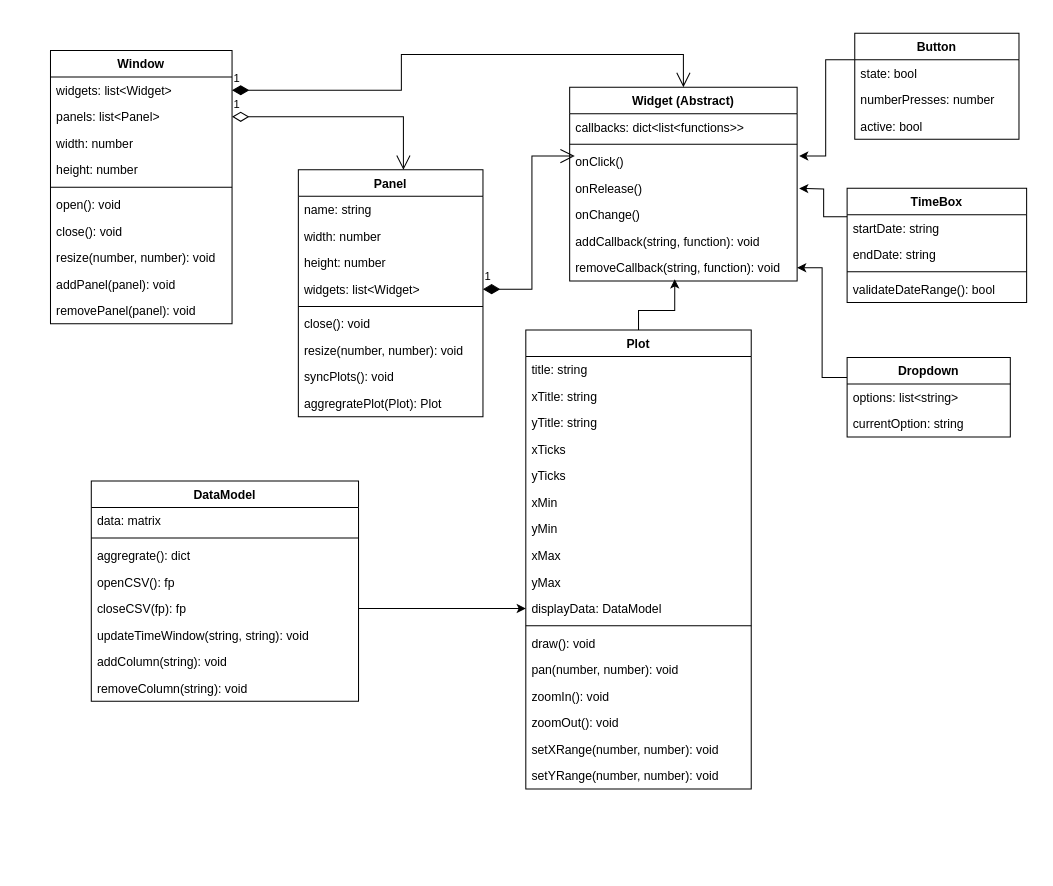
This is page "Page-1" (1 of 2) of ClassModel.drawio from LukiePookie1/data-visualization-application, a draw.io file, before an edit. Source tidied: cells renumbered, new cells numbered last; positions are measured from the earlier drawing's top-left corner, leaving out a move shared by most shapes. Both pictures are drawn from the tidied source at 102%, with x=0, y=0 at pixel (50, 33).
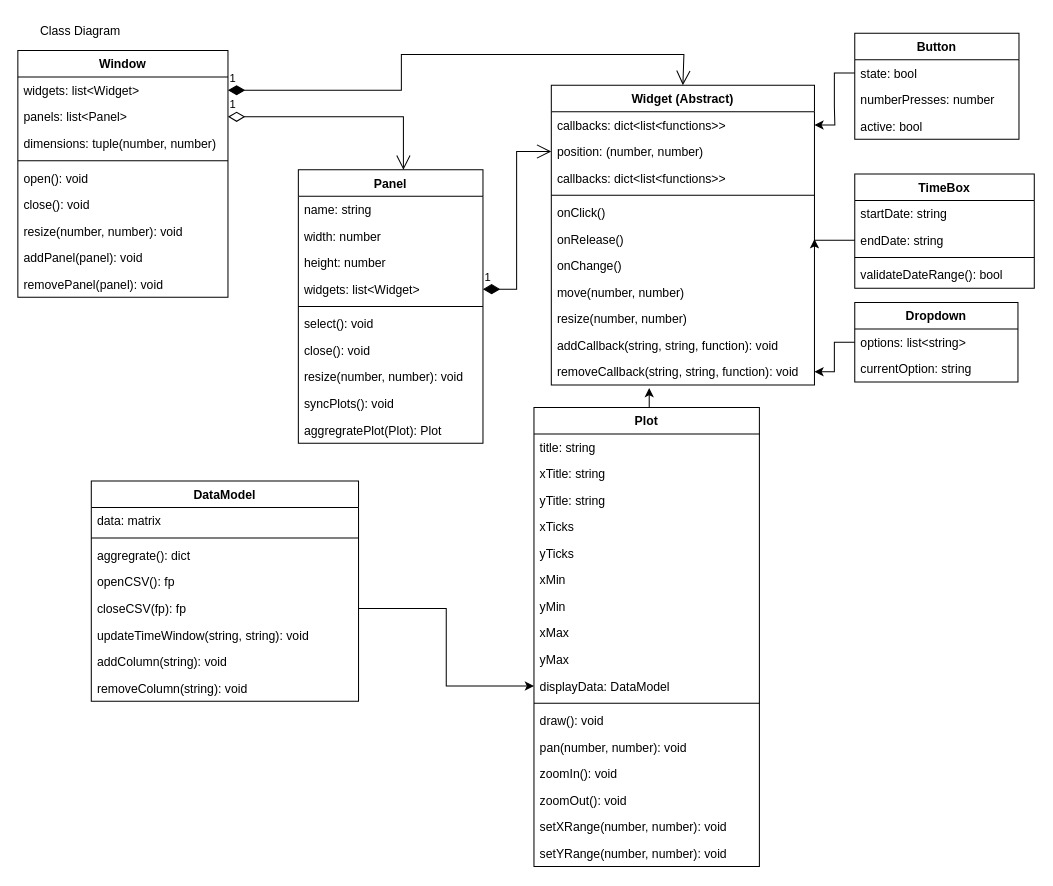
After the change.

The change refers to these unchanged cells:
```xml
<mxCell id="17" value="widgets: list&lt;Widget&gt;" style="text;strokeColor=none;fillColor=none;align=left;verticalAlign=top;spacingLeft=4;spacingRight=4;overflow=hidden;points=[[0,0.5],[1,0.5]];portConstraint=eastwest;" parent="13" vertex="1">
  <mxGeometry y="104" width="181" height="26" as="geometry" />
</mxCell>
<mxCell id="52" value="Button" style="swimlane;fontStyle=1;horizontal=1;startSize=26;fillColor=none;" parent="1" vertex="1">
  <mxGeometry x="788.5" width="161" height="104" as="geometry" />
</mxCell>
<mxCell id="53" value="state: bool " style="text;strokeColor=none;fillColor=none;align=left;verticalAlign=top;spacingLeft=4;spacingRight=4;overflow=hidden;points=[[0,0.5],[1,0.5]];portConstraint=eastwest;" parent="52" vertex="1">
  <mxGeometry y="26" width="161" height="26" as="geometry" />
</mxCell>
<mxCell id="59" value="options: list&lt;string&gt;" style="text;strokeColor=none;fillColor=none;align=left;verticalAlign=top;spacingLeft=4;spacingRight=4;overflow=hidden;points=[[0,0.5],[1,0.5]];portConstraint=eastwest;" parent="58" vertex="1">
  <mxGeometry y="26" width="160" height="26" as="geometry" />
</mxCell>
<mxCell id="63" value="endDate: string" style="text;strokeColor=none;fillColor=none;align=left;verticalAlign=top;spacingLeft=4;spacingRight=4;overflow=hidden;points=[[0,0.5],[1,0.5]];portConstraint=eastwest;" parent="61" vertex="1">
  <mxGeometry y="52" width="176" height="26" as="geometry" />
</mxCell>
```

What changed in the source:
```diff
@@
     <mxCell id="2" value="Window" style="swimlane;fontStyle=1;align=center;verticalAlign=top;horizontal=1;startSize=26;" parent="1" vertex="1">
-      <mxGeometry y="17" width="178" height="268" as="geometry" />
+      <mxGeometry x="-32" y="17" width="206" height="242" as="geometry" />
     </mxCell>
     <mxCell id="3" value="widgets: list&lt;Widget&gt; " style="text;strokeColor=none;fillColor=none;align=left;verticalAlign=top;spacingLeft=4;spacingRight=4;overflow=hidden;points=[[0,0.5],[1,0.5]];portConstraint=eastwest;" parent="2" vertex="1">
-      <mxGeometry y="26" width="178" height="26" as="geometry" />
+      <mxGeometry y="26" width="206" height="26" as="geometry" />
     </mxCell>
     <mxCell id="4" value="panels: list&lt;Panel&gt;" style="text;strokeColor=none;fillColor=none;align=left;verticalAlign=top;spacingLeft=4;spacingRight=4;overflow=hidden;points=[[0,0.5],[1,0.5]];portConstraint=eastwest;" parent="2" vertex="1">
-      <mxGeometry y="52" width="178" height="26" as="geometry" />
+      <mxGeometry y="52" width="206" height="26" as="geometry" />
     </mxCell>
-    <mxCell id="5" value="width: number" style="text;strokeColor=none;fillColor=none;align=left;verticalAlign=top;spacingLeft=4;spacingRight=4;overflow=hidden;" parent="2" vertex="1">
-      <mxGeometry y="78" width="178" height="26" as="geometry" />
+    <mxCell id="5" value="dimensions: tuple(number, number)" style="text;strokeColor=none;fillColor=none;align=left;verticalAlign=top;spacingLeft=4;spacingRight=4;overflow=hidden;" parent="2" vertex="1">
+      <mxGeometry y="78" width="206" height="26" as="geometry" />
     </mxCell>
-    <mxCell id="6" value="height: number" style="text;strokeColor=none;fillColor=none;align=left;verticalAlign=top;spacingLeft=4;spacingRight=4;overflow=hidden;" parent="2" vertex="1">
-      <mxGeometry y="104" width="178" height="26" as="geometry" />
-    </mxCell>
     <mxCell id="7" style="line;strokeWidth=1;fillColor=none;align=left;verticalAlign=middle;spacingTop=-1;spacingLeft=3;spacingRight=3;labelPosition=right;strokeColor=inherit;" parent="2" vertex="1">
-      <mxGeometry y="130" width="178" height="8" as="geometry" />
+      <mxGeometry y="104" width="206" height="8" as="geometry" />
     </mxCell>
     <mxCell id="8" value="open(): void" style="text;strokeColor=none;fillColor=none;align=left;verticalAlign=top;spacingLeft=4;spacingRight=4;overflow=hidden;" parent="2" vertex="1">
-      <mxGeometry y="138" width="178" height="26" as="geometry" />
+      <mxGeometry y="112" width="206" height="26" as="geometry" />
     </mxCell>
     <mxCell id="9" value="close(): void" style="text;strokeColor=none;fillColor=none;align=left;verticalAlign=top;spacingLeft=4;spacingRight=4;overflow=hidden;" parent="2" vertex="1">
-      <mxGeometry y="164" width="178" height="26" as="geometry" />
+      <mxGeometry y="138" width="206" height="26" as="geometry" />
     </mxCell>
     <mxCell id="10" value="resize(number, number): void" style="text;strokeColor=none;fillColor=none;align=left;verticalAlign=top;spacingLeft=4;spacingRight=4;overflow=hidden;" parent="2" vertex="1">
-      <mxGeometry y="190" width="178" height="26" as="geometry" />
+      <mxGeometry y="164" width="206" height="26" as="geometry" />
     </mxCell>
     <mxCell id="11" value="addPanel(panel): void" style="text;strokeColor=none;fillColor=none;align=left;verticalAlign=top;spacingLeft=4;spacingRight=4;overflow=hidden;" parent="2" vertex="1">
-      <mxGeometry y="216" width="178" height="26" as="geometry" />
+      <mxGeometry y="190" width="206" height="26" as="geometry" />
     </mxCell>
     <mxCell id="12" value="removePanel(panel): void" style="text;strokeColor=none;fillColor=none;align=left;verticalAlign=top;spacingLeft=4;spacingRight=4;overflow=hidden;" parent="2" vertex="1">
-      <mxGeometry y="242" width="178" height="26" as="geometry" />
+      <mxGeometry y="216" width="206" height="26" as="geometry" />
     </mxCell>
     <mxCell id="13" value="Panel" style="swimlane;fontStyle=1;align=center;verticalAlign=top;horizontal=1;startSize=26;" parent="1" vertex="1">
-      <mxGeometry x="243" y="134" width="181" height="242" as="geometry" />
+      <mxGeometry x="243" y="134" width="181" height="268" as="geometry" />
     </mxCell>
@@
+    <mxCell id="78" value="select(): void" style="text;strokeColor=none;fillColor=none;align=left;verticalAlign=top;spacingLeft=4;spacingRight=4;overflow=hidden;" parent="13" vertex="1">
+      <mxGeometry y="138" width="181" height="26" as="geometry" />
+    </mxCell>
     <mxCell id="19" value="close(): void" style="text;strokeColor=none;fillColor=none;align=left;verticalAlign=top;spacingLeft=4;spacingRight=4;overflow=hidden;" parent="13" vertex="1">
-      <mxGeometry y="138" width="181" height="26" as="geometry" />
+      <mxGeometry y="164" width="181" height="26" as="geometry" />
     </mxCell>
     <mxCell id="20" value="resize(number, number): void" style="text;strokeColor=none;fillColor=none;align=left;verticalAlign=top;spacingLeft=4;spacingRight=4;overflow=hidden;" parent="13" vertex="1">
-      <mxGeometry y="164" width="181" height="26" as="geometry" />
+      <mxGeometry y="190" width="181" height="26" as="geometry" />
     </mxCell>
     <mxCell id="21" value="syncPlots(): void" style="text;strokeColor=none;fillColor=none;align=left;verticalAlign=top;spacingLeft=4;spacingRight=4;overflow=hidden;" parent="13" vertex="1">
-      <mxGeometry y="190" width="181" height="26" as="geometry" />
+      <mxGeometry y="216" width="181" height="26" as="geometry" />
     </mxCell>
     <mxCell id="22" value="aggregratePlot(Plot): Plot" style="text;strokeColor=none;fillColor=none;align=left;verticalAlign=top;spacingLeft=4;spacingRight=4;overflow=hidden;" parent="13" vertex="1">
-      <mxGeometry y="216" width="181" height="26" as="geometry" />
+      <mxGeometry y="242" width="181" height="26" as="geometry" />
     </mxCell>
+    <mxCell id="67" style="edgeStyle=orthogonalEdgeStyle;rounded=0;jettySize=auto;html=1;exitX=0.5;exitY=0;exitDx=0;exitDy=0;entryX=0.372;entryY=1.115;entryDx=0;entryDy=0;entryPerimeter=0;" parent="1" edge="1" source="23" target="75">
+      <mxGeometry relative="1" as="geometry" />
+    </mxCell>
     <mxCell id="23" value="Plot" style="swimlane;fontStyle=1;align=center;verticalAlign=top;horizontal=1;startSize=26;" parent="1" vertex="1">
-      <mxGeometry x="466" y="291" width="221" height="450" as="geometry" />
+      <mxGeometry x="474" y="367" width="221" height="450" as="geometry" />
     </mxCell>
@@
-    <mxCell id="51" style="edgeStyle=orthogonalEdgeStyle;rounded=0;jettySize=auto;html=1;exitX=0;exitY=0.25;exitDx=0;exitDy=0;entryX=1;entryY=0.5;entryDx=0;entryDy=0;" parent="1" edge="1" source="52">
-      <mxGeometry relative="1" as="geometry">
-        <mxPoint x="734" y="120.5" as="targetPoint" />
-        <Array as="points">
-          <mxPoint x="760" y="26" />
-          <mxPoint x="760" y="121" />
-        </Array>
-      </mxGeometry>
-    </mxCell>
@@
-    <mxCell id="56" style="edgeStyle=orthogonalEdgeStyle;rounded=0;jettySize=auto;html=1;exitX=0;exitY=0.25;exitDx=0;exitDy=0;entryX=1;entryY=0.75;entryDx=0;entryDy=0;" parent="1" edge="1" source="61">
-      <mxGeometry relative="1" as="geometry">
-        <mxPoint x="734" y="152.2" as="targetPoint" />
-      </mxGeometry>
-    </mxCell>
-    <mxCell id="57" style="edgeStyle=orthogonalEdgeStyle;rounded=0;jettySize=auto;html=1;exitX=0;exitY=0.25;exitDx=0;exitDy=0;entryX=1;entryY=0.5;entryDx=0;entryDy=0;" parent="1" edge="1" source="58" target="75">
-      <mxGeometry relative="1" as="geometry" />
-    </mxCell>
     <mxCell id="58" value="Dropdown" style="swimlane;fontStyle=1;align=center;verticalAlign=top;horizontal=1;startSize=26;" parent="1" vertex="1">
-      <mxGeometry x="781" y="318" width="160" height="78" as="geometry" />
+      <mxGeometry x="788.5" y="264" width="160" height="78" as="geometry" />
     </mxCell>
@@
     <mxCell id="61" value="TimeBox" style="swimlane;fontStyle=1;align=center;verticalAlign=top;horizontal=1;startSize=26;" parent="1" vertex="1">
-      <mxGeometry x="781" y="152" width="176" height="112" as="geometry" />
+      <mxGeometry x="788.5" y="138" width="176" height="112" as="geometry" />
     </mxCell>
@@
-    <mxCell id="66" value="1" style="endArrow=open;html=1;endSize=12;startArrow=diamondThin;startSize=14;startFill=1;edgeStyle=orthogonalEdgeStyle;align=left;verticalAlign=bottom;rounded=0;exitX=1;exitY=0.5;exitDx=0;exitDy=0;entryX=0;entryY=0.5;entryDx=0;entryDy=0;" parent="1" edge="1" source="17">
+    <mxCell id="66" value="1" style="endArrow=open;html=1;endSize=12;startArrow=diamondThin;startSize=14;startFill=1;edgeStyle=orthogonalEdgeStyle;align=left;verticalAlign=bottom;rounded=0;exitX=1;exitY=0.5;exitDx=0;exitDy=0;entryX=0;entryY=0.5;entryDx=0;entryDy=0;" parent="1" edge="1" source="17" target="79">
       <mxGeometry x="-1" y="3" relative="1" as="geometry">
-        <mxPoint x="514" y="120.5" as="targetPoint" />
         <Array as="points">
-          <mxPoint x="472" y="251" />
-          <mxPoint x="472" y="121" />
+          <mxPoint x="457" y="251" />
+          <mxPoint x="457" y="116" />
         </Array>
       </mxGeometry>
     </mxCell>
-    <mxCell id="67" style="edgeStyle=orthogonalEdgeStyle;rounded=0;jettySize=auto;html=1;exitX=0.5;exitY=0;exitDx=0;exitDy=0;entryX=0.462;entryY=0.933;entryDx=0;entryDy=0;entryPerimeter=0;" parent="1" edge="1" source="23" target="75">
-      <mxGeometry relative="1" as="geometry">
-        <Array as="points">
-          <mxPoint x="577" y="272" />
-          <mxPoint x="612" y="272" />
-        </Array>
-      </mxGeometry>
-    </mxCell>
     <mxCell id="68" value="Widget (Abstract)" style="swimlane;fontStyle=1;align=center;verticalAlign=top;horizontal=1;startSize=26;" parent="1" vertex="1">
-      <mxGeometry x="509" y="53" width="223" height="190" as="geometry" />
+      <mxGeometry x="491" y="51" width="258" height="294" as="geometry" />
     </mxCell>
     <mxCell id="69" value="callbacks: dict&lt;list&lt;functions&gt;&gt;" style="text;strokeColor=none;fillColor=none;align=left;verticalAlign=top;spacingLeft=4;spacingRight=4;overflow=hidden;points=[[0,0.5],[1,0.5]];portConstraint=eastwest;" parent="68" vertex="1">
-      <mxGeometry y="26" width="223" height="26" as="geometry" />
+      <mxGeometry y="26" width="258" height="26" as="geometry" />
     </mxCell>
+    <mxCell id="79" value="position: (number, number)" style="text;strokeColor=none;fillColor=none;align=left;verticalAlign=top;spacingLeft=4;spacingRight=4;overflow=hidden;points=[[0,0.5],[1,0.5]];portConstraint=eastwest;" parent="68" vertex="1">
+      <mxGeometry y="52" width="258" height="26" as="geometry" />
+    </mxCell>
+    <mxCell id="80" value="callbacks: dict&lt;list&lt;functions&gt;&gt;" style="text;strokeColor=none;fillColor=none;align=left;verticalAlign=top;spacingLeft=4;spacingRight=4;overflow=hidden;" parent="68" vertex="1">
+      <mxGeometry y="78" width="258" height="26" as="geometry" />
+    </mxCell>
     <mxCell id="70" style="line;strokeWidth=1;fillColor=none;align=left;verticalAlign=middle;spacingTop=-1;spacingLeft=3;spacingRight=3;labelPosition=right;strokeColor=inherit;" parent="68" vertex="1">
-      <mxGeometry y="52" width="223" height="8" as="geometry" />
+      <mxGeometry y="104" width="258" height="8" as="geometry" />
     </mxCell>
     <mxCell id="71" value="onClick()" style="text;strokeColor=none;fillColor=none;align=left;verticalAlign=top;spacingLeft=4;spacingRight=4;overflow=hidden;" parent="68" vertex="1">
-      <mxGeometry y="60" width="223" height="26" as="geometry" />
+      <mxGeometry y="112" width="258" height="26" as="geometry" />
     </mxCell>
     <mxCell id="72" value="onRelease()" style="text;strokeColor=none;fillColor=none;align=left;verticalAlign=top;spacingLeft=4;spacingRight=4;overflow=hidden;points=[[0,0.5],[1,0.5]];portConstraint=eastwest;" parent="68" vertex="1">
-      <mxGeometry y="86" width="223" height="26" as="geometry" />
+      <mxGeometry y="138" width="258" height="26" as="geometry" />
     </mxCell>
     <mxCell id="73" value="onChange()" style="text;strokeColor=none;fillColor=none;align=left;verticalAlign=top;spacingLeft=4;spacingRight=4;overflow=hidden;" parent="68" vertex="1">
-      <mxGeometry y="112" width="223" height="26" as="geometry" />
+      <mxGeometry y="164" width="258" height="26" as="geometry" />
     </mxCell>
+    <mxCell id="81" value="move(number, number)" style="text;strokeColor=none;fillColor=none;align=left;verticalAlign=top;spacingLeft=4;spacingRight=4;overflow=hidden;" parent="68" vertex="1">
+      <mxGeometry y="190" width="258" height="26" as="geometry" />
+    </mxCell>
+    <mxCell id="82" value="resize(number, number)" style="text;strokeColor=none;fillColor=none;align=left;verticalAlign=top;spacingLeft=4;spacingRight=4;overflow=hidden;" parent="68" vertex="1">
+      <mxGeometry y="216" width="258" height="26" as="geometry" />
+    </mxCell>
-    <mxCell id="74" value="addCallback(string, function): void" style="text;strokeColor=none;fillColor=none;align=left;verticalAlign=top;spacingLeft=4;spacingRight=4;overflow=hidden;" parent="68" vertex="1">
-      <mxGeometry y="138" width="223" height="26" as="geometry" />
+    <mxCell id="74" value="addCallback(string, string, function): void" style="text;strokeColor=none;fillColor=none;align=left;verticalAlign=top;spacingLeft=4;spacingRight=4;overflow=hidden;" parent="68" vertex="1">
+      <mxGeometry y="242" width="258" height="26" as="geometry" />
     </mxCell>
-    <mxCell id="75" value="removeCallback(string, function): void" style="text;strokeColor=none;fillColor=none;align=left;verticalAlign=top;spacingLeft=4;spacingRight=4;overflow=hidden;points=[[0,0.5],[1,0.5]];portConstraint=eastwest;" parent="68" vertex="1">
-      <mxGeometry y="164" width="223" height="26" as="geometry" />
+    <mxCell id="75" value="removeCallback(string, string, function): void" style="text;strokeColor=none;fillColor=none;align=left;verticalAlign=top;spacingLeft=4;spacingRight=4;overflow=hidden;points=[[0,0.5],[1,0.5]];portConstraint=eastwest;" parent="68" vertex="1">
+      <mxGeometry y="268" width="258" height="26" as="geometry" />
     </mxCell>
@@
+    <mxCell id="83" style="edgeStyle=orthogonalEdgeStyle;rounded=0;jettySize=auto;html=1;exitX=0;exitY=0.5;exitDx=0;exitDy=0;entryX=1;entryY=0.5;entryDx=0;entryDy=0;" parent="1" edge="1" source="59" target="75">
+      <mxGeometry relative="1" as="geometry" />
+    </mxCell>
+    <mxCell id="84" style="edgeStyle=orthogonalEdgeStyle;rounded=0;jettySize=auto;html=1;exitX=0;exitY=0.5;exitDx=0;exitDy=0;entryX=1;entryY=0.5;entryDx=0;entryDy=0;" parent="1" edge="1" source="53" target="69">
+      <mxGeometry relative="1" as="geometry" />
+    </mxCell>
+    <mxCell id="85" style="edgeStyle=orthogonalEdgeStyle;rounded=0;jettySize=auto;html=1;exitX=0;exitY=0.5;exitDx=0;exitDy=0;entryX=1;entryY=0.5;entryDx=0;entryDy=0;" parent="1" edge="1" source="63" target="72">
+      <mxGeometry relative="1" as="geometry" />
+    </mxCell>
+    <mxCell id="86" value="Class Diagram" style="text;html=1;align=center;verticalAlign=middle;strokeColor=none;fillColor=none;" parent="1" vertex="1">
+      <mxGeometry x="-20" y="-15" width="97" height="26" as="geometry" />
+    </mxCell>
```
